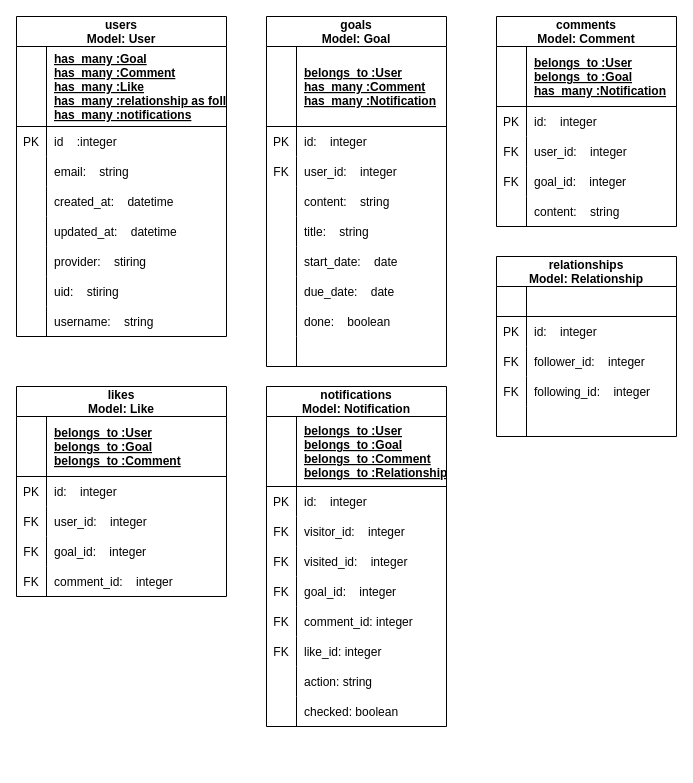
kisshan62/portfolio_app keeps this draw.io diagram as er.dio. Above is the earlier version. Source tidied: cells renumbered, new cells numbered last; positions are measured from the earlier drawing's top-left corner, leaving out a move shared by most shapes. Both pictures are drawn from the tidied source at 100%, with x=0, y=0 at pixel (16, 16).
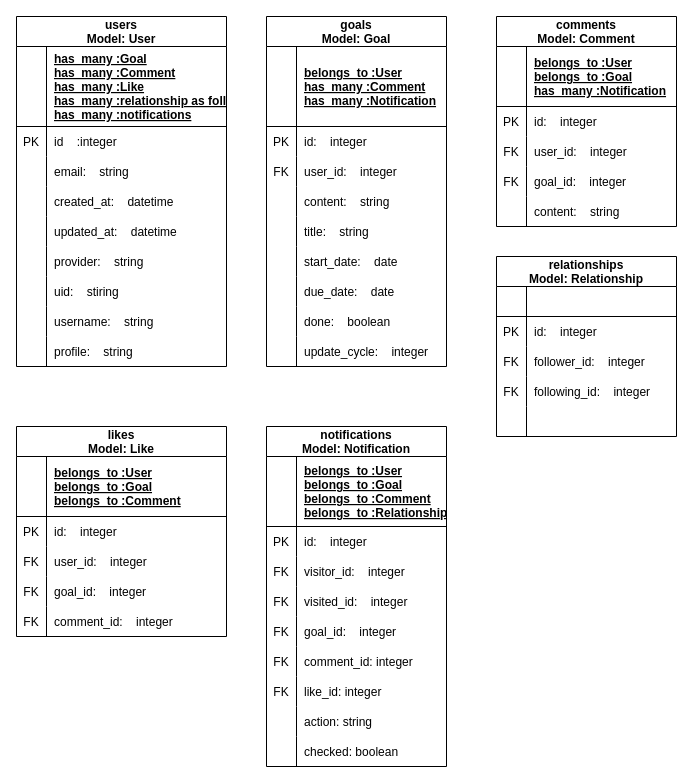
After the change.

The change refers to these unchanged cells:
```xml
<mxCell id="27" style="shape=partialRectangle;fillColor=none;top=0;left=0;bottom=0;right=0;" parent="2" vertex="1">
  <mxGeometry y="320" width="180" height="30" as="geometry" />
</mxCell>
<mxCell id="46" style="shape=partialRectangle;fillColor=none;top=0;left=0;bottom=0;right=0;" parent="30" vertex="1">
  <mxGeometry y="230" width="210" height="30" as="geometry" />
</mxCell>
```

What changed in the source:
```diff
@@
-    <mxCell id="29" style="shape=partialRectangle;fillColor=none;top=0;left=0;bottom=0;right=0;align=left;spacingLeft=6;overflow=hidden;" parent="27" vertex="1">
+    <mxCell id="29" value="update_cycle:    integer" style="shape=partialRectangle;fillColor=none;top=0;left=0;bottom=0;right=0;align=left;spacingLeft=6;overflow=hidden;" parent="27" vertex="1">
       <mxGeometry x="30" width="150" height="30" as="geometry" />
     </mxCell>
     <mxCell id="30" value="users&#10;Model: User" style="shape=table;startSize=30;childLayout=tableLayout;rowLines=0;fontStyle=1;align=center;" parent="1" vertex="1">
-      <mxGeometry width="210" height="320" as="geometry" />
+      <mxGeometry width="210" height="350" as="geometry" />
     </mxCell>
@@
-    <mxCell id="48" value="provider:    stiring" style="shape=partialRectangle;fillColor=none;top=0;left=0;bottom=0;right=0;align=left;spacingLeft=6;overflow=hidden;" parent="46" vertex="1">
+    <mxCell id="48" value="provider:    string" style="shape=partialRectangle;fillColor=none;top=0;left=0;bottom=0;right=0;align=left;spacingLeft=6;overflow=hidden;" parent="46" vertex="1">
       <mxGeometry x="30" width="180" height="30" as="geometry" />
     </mxCell>
@@
+    <mxCell id="131" style="shape=partialRectangle;fillColor=none;top=0;left=0;bottom=0;right=0;" parent="30" vertex="1">
+      <mxGeometry y="320" width="210" height="30" as="geometry" />
+    </mxCell>
+    <mxCell id="132" style="shape=partialRectangle;fillColor=none;top=0;left=0;bottom=0;right=0;overflow=hidden;" parent="131" vertex="1">
+      <mxGeometry width="30" height="30" as="geometry" />
+    </mxCell>
+    <mxCell id="133" value="profile:    string" style="shape=partialRectangle;fillColor=none;top=0;left=0;bottom=0;right=0;align=left;spacingLeft=6;overflow=hidden;" parent="131" vertex="1">
+      <mxGeometry x="30" width="180" height="30" as="geometry" />
+    </mxCell>
@@
     <mxCell id="71" value="likes&#10;Model: Like" style="shape=table;startSize=30;childLayout=tableLayout;rowLines=0;fontStyle=1;align=center;" parent="1" vertex="1">
-      <mxGeometry y="370" width="210" height="210" as="geometry" />
+      <mxGeometry y="410" width="210" height="210" as="geometry" />
     </mxCell>
@@
     <mxCell id="103" value="notifications&#10;Model: Notification" style="shape=table;startSize=30;childLayout=tableLayout;rowLines=0;fontStyle=1;align=center;" parent="1" vertex="1">
-      <mxGeometry x="250" y="370" width="180" height="340" as="geometry" />
+      <mxGeometry x="250" y="410" width="180" height="340" as="geometry" />
     </mxCell>
```
